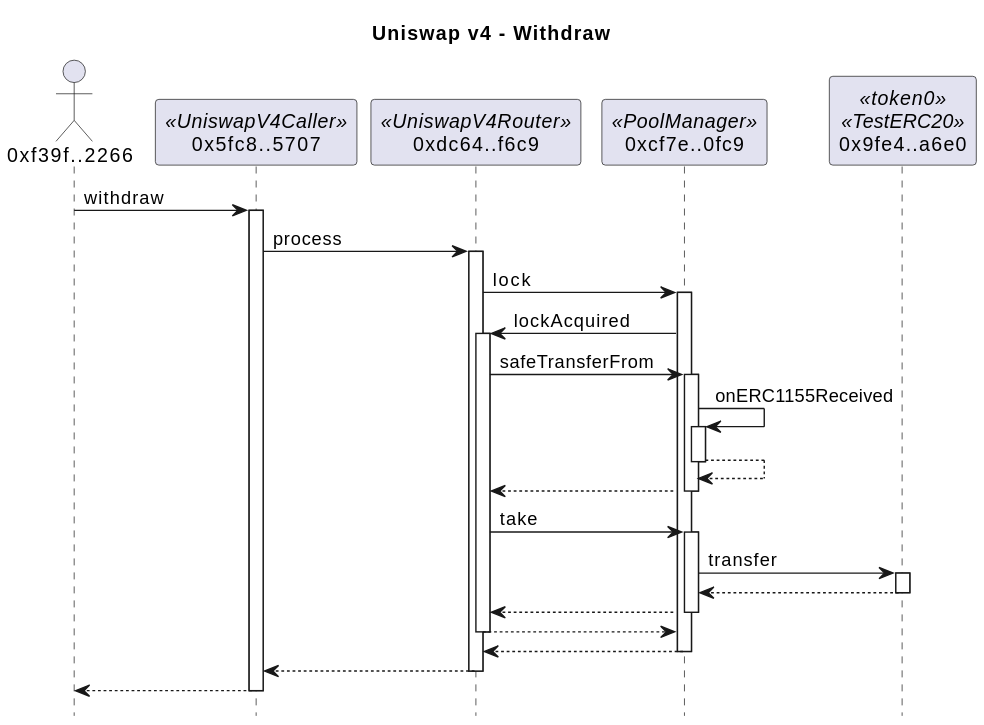
The PlantUML diagram docs/withdrawSummary.svg in naddison36/uniswap-v4-hooks, before a commit. Source of this version:
```plantuml
@startuml
title Uniswap v4 - Withdraw
hide footbox

actor "0xf39f..2266" as f39f2266
participant "0x5fc8..5707" as 5fc85707 <<UniswapV4Caller>>
participant "0xdc64..f6c9" as dc64f6c9 <<UniswapV4Router>>
participant "0xcf7e..0fc9" as cf7e0fc9 <<PoolManager>>
participant "0x9fe4..a6e0" as 9fe4a6e0 <<token0>><<TestERC20>>

f39f2266 -> 5fc85707: withdraw
activate 5fc85707
5fc85707 -> dc64f6c9: process
activate dc64f6c9
dc64f6c9 -> cf7e0fc9: lock
activate cf7e0fc9
cf7e0fc9 -> dc64f6c9: lockAcquired
activate dc64f6c9
dc64f6c9 -> cf7e0fc9: safeTransferFrom
activate cf7e0fc9
cf7e0fc9 -> cf7e0fc9: onERC1155Received
activate cf7e0fc9
return
return
dc64f6c9 -> cf7e0fc9: take
activate cf7e0fc9
cf7e0fc9 -> 9fe4a6e0: transfer
activate 9fe4a6e0
return
return
return
return
return
return
@enduml
```
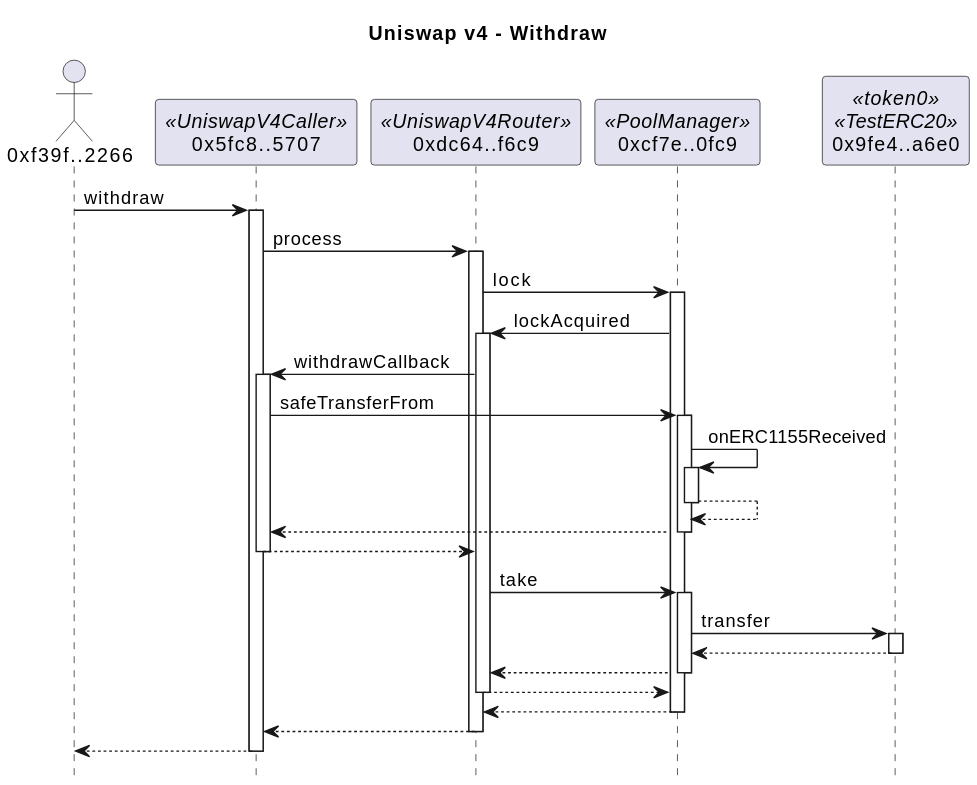
Later version of the same file.

Commit message:
Updated Withdraw so approval is to the Caller contract instead of the Router

Change to the diagram source:
```diff
@@ -16,10 +16,13 @@
 activate cf7e0fc9
 cf7e0fc9 -> dc64f6c9: lockAcquired
 activate dc64f6c9
-dc64f6c9 -> cf7e0fc9: safeTransferFrom
+dc64f6c9 -> 5fc85707: withdrawCallback
+activate 5fc85707
+5fc85707 -> cf7e0fc9: safeTransferFrom
 activate cf7e0fc9
 cf7e0fc9 -> cf7e0fc9: onERC1155Received
 activate cf7e0fc9
+return
 return
 return
 dc64f6c9 -> cf7e0fc9: take
```
